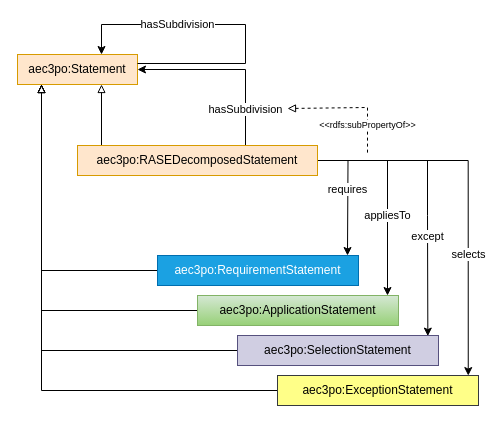
This is page "rase_statement" (12 of 18) of src/aec3po.drawio from Accord-Project/aec3po, a draw.io file, before an edit. Source tidied: cells renumbered, new cells numbered last; positions are measured from the earlier drawing's top-left corner, leaving out a move shared by most shapes. Both pictures are drawn from the tidied source at 100%, with x=0, y=0 at pixel (17, 24).
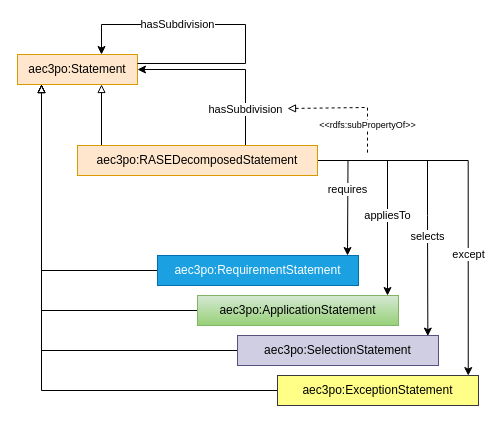
The same page after the edit.

Unchanged cells that the change refers to:
```xml
<mxCell id="6" value="aec3po:SelectionStatement" style="rounded=0;whiteSpace=wrap;html=1;snapToPoint=1;points=[[0.1,0],[0.2,0],[0.3,0],[0.4,0],[0.5,0],[0.6,0],[0.7,0],[0.8,0],[0.9,0],[0,0.1],[0,0.3],[0,0.5],[0,0.7],[0,0.9],[0.1,1],[0.2,1],[0.3,1],[0.4,1],[0.5,1],[0.6,1],[0.7,1],[0.8,1],[0.9,1],[1,0.1],[1,0.3],[1,0.5],[1,0.7],[1,0.9]];fillColor=#d0cee2;strokeColor=#56517e;" parent="1" vertex="1">
  <mxGeometry x="220" y="311" width="201" height="30" as="geometry" />
</mxCell>
<mxCell id="10" value="aec3po:ExceptionStatement" style="rounded=0;whiteSpace=wrap;html=1;snapToPoint=1;points=[[0.1,0],[0.2,0],[0.3,0],[0.4,0],[0.5,0],[0.6,0],[0.7,0],[0.8,0],[0.9,0],[0,0.1],[0,0.3],[0,0.5],[0,0.7],[0,0.9],[0.1,1],[0.2,1],[0.3,1],[0.4,1],[0.5,1],[0.6,1],[0.7,1],[0.8,1],[0.9,1],[1,0.1],[1,0.3],[1,0.5],[1,0.7],[1,0.9]];fillColor=#ffff88;strokeColor=#36393d;" parent="1" vertex="1">
  <mxGeometry x="260" y="351" width="201" height="30" as="geometry" />
</mxCell>
<mxCell id="17" value="aec3po:RASEDecomposedStatement" style="rounded=0;whiteSpace=wrap;html=1;snapToPoint=1;points=[[0.1,0],[0.2,0],[0.3,0],[0.4,0],[0.5,0],[0.6,0],[0.7,0],[0.8,0],[0.9,0],[0,0.1],[0,0.3],[0,0.5],[0,0.7],[0,0.9],[0.1,1],[0.2,1],[0.3,1],[0.4,1],[0.5,1],[0.6,1],[0.7,1],[0.8,1],[0.9,1],[1,0.1],[1,0.3],[1,0.5],[1,0.7],[1,0.9]];fillColor=#ffe6cc;strokeColor=#d79b00;" parent="1" vertex="1">
  <mxGeometry x="60" y="121" width="240" height="30" as="geometry" />
</mxCell>
```

Diff of the diagram source:
```diff
@@
-    <mxCell id="13" value="except" style="edgeStyle=orthogonalEdgeStyle;rounded=0;jettySize=auto;html=1;exitX=1;exitY=0.5;exitDx=0;exitDy=0;entryX=0.947;entryY=0.02;entryDx=0;entryDy=0;endArrow=classic;endFill=1;entryPerimeter=0;" parent="1" edge="1" source="17" target="6">
+    <mxCell id="13" value="selects" style="edgeStyle=orthogonalEdgeStyle;rounded=0;jettySize=auto;html=1;exitX=1;exitY=0.5;exitDx=0;exitDy=0;entryX=0.947;entryY=0.02;entryDx=0;entryDy=0;endArrow=classic;endFill=1;entryPerimeter=0;" parent="1" edge="1" source="17" target="6">
       <mxGeometry x="0.3" relative="1" as="geometry">
         <Array as="points">
           <mxPoint x="410" y="136" />
           <mxPoint x="410" y="191" />
         </Array>
       </mxGeometry>
     </mxCell>
-    <mxCell id="14" value="selects" style="edgeStyle=orthogonalEdgeStyle;rounded=0;jettySize=auto;html=1;exitX=1;exitY=0.5;exitDx=0;exitDy=0;entryX=0.949;entryY=0.002;entryDx=0;entryDy=0;entryPerimeter=0;endArrow=classic;endFill=1;" parent="1" edge="1" source="17" target="10">
+    <mxCell id="14" value="except" style="edgeStyle=orthogonalEdgeStyle;rounded=0;jettySize=auto;html=1;exitX=1;exitY=0.5;exitDx=0;exitDy=0;entryX=0.949;entryY=0.002;entryDx=0;entryDy=0;entryPerimeter=0;endArrow=classic;endFill=1;" parent="1" edge="1" source="17" target="10">
       <mxGeometry x="0.34" relative="1" as="geometry" />
     </mxCell>
```
